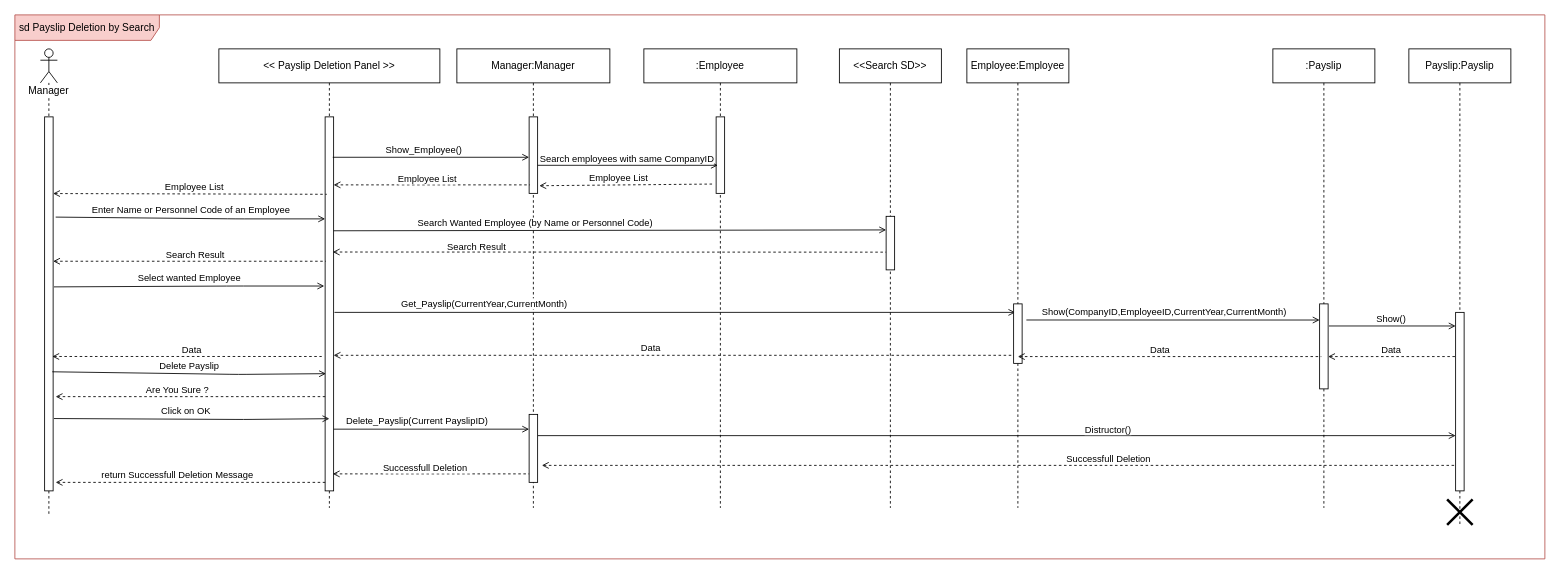
MelvinMo/CarBaMa_Automotive-Sale-Application keeps this draw.io diagram as page "AdDeletion-SD" (7 of 22) of SequenceDiagram/Middleware_CarBaMaSequenceDiagram.drawio. Above is the earlier version. Source tidied: cells renumbered, new cells numbered last; positions are measured from the earlier drawing's top-left corner, leaving out a move shared by most shapes. Both pictures are drawn from the tidied source at 85%, with x=0, y=0 at pixel (14, 14).
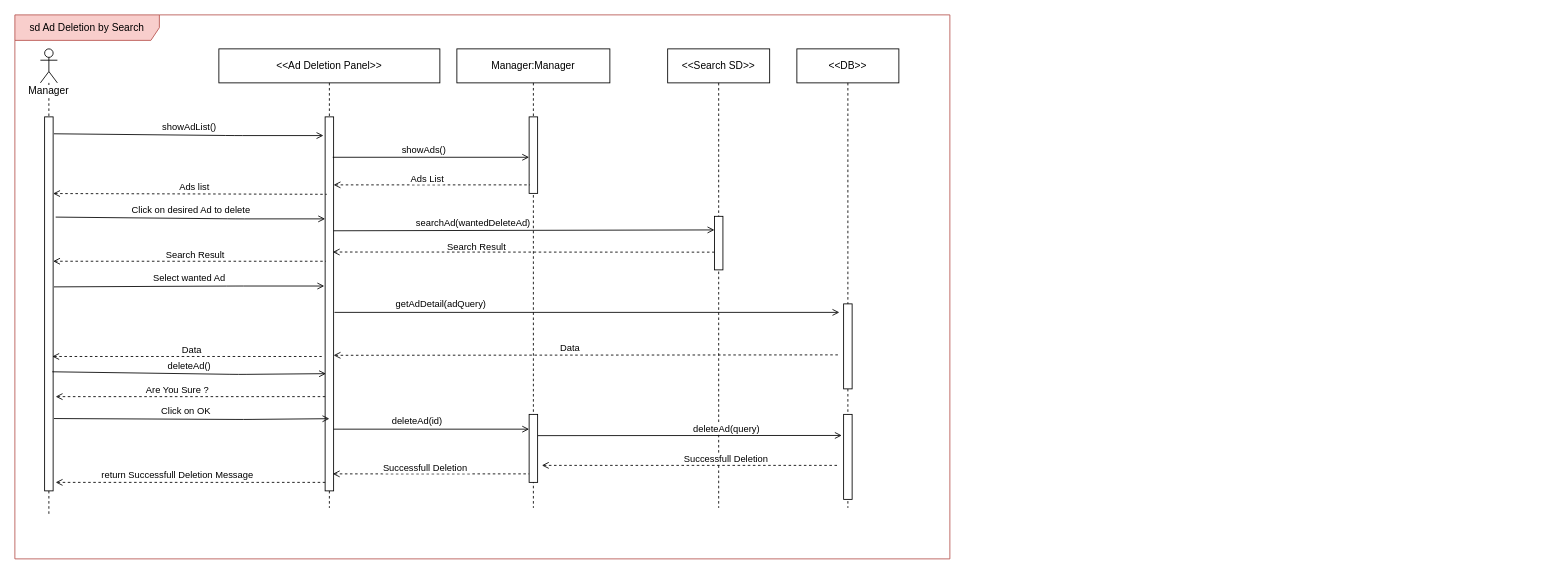
The same page after the edit.

Unchanged cells that the change refers to:
```xml
<mxCell id="4" style="html=1;points=[];perimeter=orthogonalPerimeter;" parent="3" vertex="1">
  <mxGeometry x="5" y="80" width="10" height="440" as="geometry" />
</mxCell>
<mxCell id="6" style="html=1;points=[];perimeter=orthogonalPerimeter;" parent="5" vertex="1">
  <mxGeometry x="125" y="80" width="10" height="440" as="geometry" />
</mxCell>
<mxCell id="9" style="html=1;points=[];perimeter=orthogonalPerimeter;" parent="8" vertex="1">
  <mxGeometry x="85" y="80" width="10" height="90" as="geometry" />
</mxCell>
<mxCell id="15" style="html=1;points=[];perimeter=orthogonalPerimeter;" parent="14" vertex="1">
  <mxGeometry x="55" y="197" width="10" height="63" as="geometry" />
</mxCell>
<mxCell id="16" style="endArrow=open;html=1;exitX=0.9;exitY=0.108;exitDx=0;exitDy=0;exitPerimeter=0;endFill=0;" parent="1" edge="1" source="6" target="9">
  <mxGeometry relative="1" as="geometry" />
</mxCell>
<mxCell id="18" style="endArrow=none;dashed=1;html=1;entryX=0.1;entryY=0.889;entryDx=0;entryDy=0;entryPerimeter=0;startArrow=open;startFill=0;" parent="1" edge="1" source="6" target="9">
  <mxGeometry relative="1" as="geometry" />
</mxCell>
<mxCell id="25" style="html=1;points=[];perimeter=orthogonalPerimeter;" parent="24" vertex="1">
  <mxGeometry x="55" y="300" width="10" height="100" as="geometry" />
</mxCell>
<mxCell id="33" style="endArrow=open;html=1;entryX=0;entryY=0.367;entryDx=0;entryDy=0;entryPerimeter=0;endFill=0;" parent="1" edge="1">
  <mxGeometry relative="1" as="geometry">
    <mxPoint x="375" y="487.4" as="sourcePoint" />
    <mxPoint x="605" y="487.4" as="targetPoint" />
  </mxGeometry>
</mxCell>
<mxCell id="42" style="html=1;points=[];perimeter=orthogonalPerimeter;" parent="1" vertex="1">
  <mxGeometry x="605" y="470" width="10" height="80" as="geometry" />
</mxCell>
<mxCell id="60" style="endArrow=none;dashed=1;html=1;entryX=0.2;entryY=0.207;entryDx=0;entryDy=0;entryPerimeter=0;startArrow=open;startFill=0;exitX=1;exitY=0.205;exitDx=0;exitDy=0;exitPerimeter=0;" parent="1" edge="1" source="4" target="6">
  <mxGeometry relative="1" as="geometry" />
</mxCell>
```

The edit, as a diff of the source:
```diff
@@
-    <mxCell id="2" value="sd Payslip Deletion by Search" style="shape=umlFrame;whiteSpace=wrap;html=1;width=170;height=30;fillColor=#f8cecc;strokeColor=#b85450;" parent="1" vertex="1">
-      <mxGeometry width="1800" height="640" as="geometry" />
+    <mxCell id="2" value="sd Ad Deletion by Search" style="shape=umlFrame;whiteSpace=wrap;html=1;width=170;height=30;fillColor=#f8cecc;strokeColor=#b85450;" parent="1" vertex="1">
+      <mxGeometry width="1100" height="640" as="geometry" />
     </mxCell>
@@
-    <mxCell id="5" value="&amp;lt;&amp;lt; Payslip Deletion Panel &amp;gt;&amp;gt;" style="shape=umlLifeline;perimeter=lifelinePerimeter;whiteSpace=wrap;html=1;" parent="1" vertex="1">
+    <mxCell id="5" value="&amp;lt;&amp;lt;Ad Deletion Panel&amp;gt;&amp;gt;" style="shape=umlLifeline;perimeter=lifelinePerimeter;whiteSpace=wrap;html=1;" parent="1" vertex="1">
       <mxGeometry x="240" y="40" width="260" height="540" as="geometry" />
     </mxCell>
@@
-    <mxCell id="7" value="Enter Name or Personnel Code of an Employee" style="html=1;verticalAlign=bottom;endArrow=open;endFill=0;exitX=1.3;exitY=0.268;exitDx=0;exitDy=0;exitPerimeter=0;" parent="1" edge="1" source="4" target="6">
+    <mxCell id="7" value="Click on desired Ad to delete" style="html=1;verticalAlign=bottom;endArrow=open;endFill=0;exitX=1.3;exitY=0.268;exitDx=0;exitDy=0;exitPerimeter=0;" parent="1" edge="1" source="4" target="6">
       <mxGeometry relative="1" as="geometry">
         <Array as="points">
           <mxPoint x="260" y="240" />
         </Array>
       </mxGeometry>
     </mxCell>
@@
-    <mxCell id="12" style="endArrow=open;html=1;entryX=0.2;entryY=0.143;entryDx=0;entryDy=0;entryPerimeter=0;endFill=0;" parent="1" edge="1" target="23">
+    <mxCell id="12" style="endArrow=open;html=1;endFill=0;" parent="1" edge="1">
       <mxGeometry relative="1" as="geometry">
         <mxPoint x="376" y="350" as="sourcePoint" />
+        <mxPoint x="970" y="350" as="targetPoint" />
       </mxGeometry>
     </mxCell>
-    <mxCell id="13" value="Get_Payslip(CurrentYear,CurrentMonth)" style="edgeLabel;html=1;align=center;verticalAlign=middle;" parent="12" vertex="1">
+    <mxCell id="13" value="getAdDetail(adQuery)" style="edgeLabel;html=1;align=center;verticalAlign=middle;" parent="12" vertex="1">
       <mxGeometry x="-0.5" y="2" relative="1" as="geometry">
         <mxPoint x="-25" y="-8.3" as="offset" />
       </mxGeometry>
     </mxCell>
     <mxCell id="14" value="&amp;lt;&amp;lt;Search SD&amp;gt;&amp;gt;" style="shape=umlLifeline;perimeter=lifelinePerimeter;whiteSpace=wrap;html=1;" parent="1" vertex="1">
-      <mxGeometry x="970" y="40" width="120" height="540" as="geometry" />
+      <mxGeometry x="768" y="40" width="120" height="540" as="geometry" />
     </mxCell>
@@
-    <mxCell id="17" value="Show_Employee()" style="edgeLabel;html=1;align=center;verticalAlign=middle;" parent="16" vertex="1">
+    <mxCell id="17" value="showAds()" style="edgeLabel;html=1;align=center;verticalAlign=middle;" parent="16" vertex="1">
       <mxGeometry x="0.26" y="1" relative="1" as="geometry">
         <mxPoint x="-40" y="-8" as="offset" />
       </mxGeometry>
     </mxCell>
@@
-    <mxCell id="19" value="Employee List" style="edgeLabel;html=1;align=center;verticalAlign=middle;" parent="18" vertex="1">
+    <mxCell id="19" value="Ads List" style="edgeLabel;html=1;align=center;verticalAlign=middle;" parent="18" vertex="1">
       <mxGeometry x="0.27" y="-1" relative="1" as="geometry">
         <mxPoint x="-38" y="-9" as="offset" />
       </mxGeometry>
     </mxCell>
-    <mxCell id="20" value="Search Wanted Employee (by Name or Personnel Code)" style="html=1;verticalAlign=bottom;endArrow=open;endFill=0;entryX=0;entryY=0.254;entryDx=0;entryDy=0;entryPerimeter=0;" parent="1" edge="1" target="15">
+    <mxCell id="20" value="searchAd(wantedDeleteAd)" style="html=1;verticalAlign=bottom;endArrow=open;endFill=0;entryX=0;entryY=0.254;entryDx=0;entryDy=0;entryPerimeter=0;" parent="1" edge="1" target="15">
       <mxGeometry x="-0.27" relative="1" as="geometry">
         <mxPoint x="375" y="254" as="sourcePoint" />
       </mxGeometry>
     </mxCell>
-    <mxCell id="21" value="Select wanted Employee" style="html=1;verticalAlign=bottom;endArrow=open;endFill=0;exitX=1.2;exitY=0.336;exitDx=0;exitDy=0;exitPerimeter=0;" parent="1" edge="1">
+    <mxCell id="21" value="Select wanted Ad" style="html=1;verticalAlign=bottom;endArrow=open;endFill=0;exitX=1.2;exitY=0.336;exitDx=0;exitDy=0;exitPerimeter=0;" parent="1" edge="1">
       <mxGeometry relative="1" as="geometry">
         <mxPoint x="46" y="320" as="sourcePoint" />
         <mxPoint x="364" y="319" as="targetPoint" />
         <Array as="points">
           <mxPoint x="259" y="319" />
         </Array>
       </mxGeometry>
     </mxCell>
-    <mxCell id="22" value="Employee:Employee" style="shape=umlLifeline;perimeter=lifelinePerimeter;whiteSpace=wrap;html=1;" parent="1" vertex="1">
-      <mxGeometry x="1120" y="40" width="120" height="540" as="geometry" />
-    </mxCell>
-    <mxCell id="23" style="html=1;points=[];perimeter=orthogonalPerimeter;" parent="22" vertex="1">
-      <mxGeometry x="55" y="300" width="10" height="70" as="geometry" />
-    </mxCell>
-    <mxCell id="24" value=":Payslip" style="shape=umlLifeline;perimeter=lifelinePerimeter;whiteSpace=wrap;html=1;" parent="1" vertex="1">
-      <mxGeometry x="1480" y="40" width="120" height="540" as="geometry" />
+    <mxCell id="24" value="&amp;lt;&amp;lt;DB&amp;gt;&amp;gt;" style="shape=umlLifeline;perimeter=lifelinePerimeter;whiteSpace=wrap;html=1;" parent="1" vertex="1">
+      <mxGeometry x="920" y="40" width="120" height="540" as="geometry" />
     </mxCell>
@@
-    <mxCell id="26" style="endArrow=open;html=1;endFill=0;entryX=0;entryY=0.19;entryDx=0;entryDy=0;entryPerimeter=0;exitX=1.5;exitY=0.271;exitDx=0;exitDy=0;exitPerimeter=0;" parent="1" edge="1" source="23" target="25">
-      <mxGeometry relative="1" as="geometry" />
-    </mxCell>
-    <mxCell id="27" value="Show(CompanyID,EmployeeID,CurrentYear,CurrentMonth)" style="edgeLabel;html=1;align=center;verticalAlign=middle;" parent="26" vertex="1">
-      <mxGeometry x="-0.17" y="-2" relative="1" as="geometry">
-        <mxPoint x="19" y="-11" as="offset" />
-      </mxGeometry>
-    </mxCell>
-    <mxCell id="28" style="endArrow=none;dashed=1;html=1;startArrow=open;startFill=0;entryX=0.2;entryY=0.59;entryDx=0;entryDy=0;entryPerimeter=0;" parent="1" edge="1">
-      <mxGeometry relative="1" as="geometry">
-        <mxPoint x="1180" y="402" as="sourcePoint" />
-        <mxPoint x="1537" y="402" as="targetPoint" />
-      </mxGeometry>
-    </mxCell>
-    <mxCell id="29" value="Data" style="edgeLabel;html=1;align=center;verticalAlign=middle;" parent="28" vertex="1">
-      <mxGeometry x="-0.07" y="-1" relative="1" as="geometry">
-        <mxPoint y="-10" as="offset" />
-      </mxGeometry>
-    </mxCell>
+    <mxCell id="66" style="html=1;points=[];perimeter=orthogonalPerimeter;" parent="24" vertex="1">
+      <mxGeometry x="55" y="430" width="10" height="100" as="geometry" />
+    </mxCell>
     <mxCell id="30" style="endArrow=none;dashed=1;html=1;startArrow=open;startFill=0;" parent="1" edge="1">
       <mxGeometry relative="1" as="geometry">
         <mxPoint x="375" y="400.5" as="sourcePoint" />
-        <mxPoint x="1175" y="400.5" as="targetPoint" />
+        <mxPoint x="970" y="400" as="targetPoint" />
       </mxGeometry>
     </mxCell>
@@
-    <mxCell id="32" value="Delete Payslip" style="html=1;verticalAlign=bottom;endArrow=open;endFill=0;exitX=0.9;exitY=0.797;exitDx=0;exitDy=0;exitPerimeter=0;entryX=0.1;entryY=0.803;entryDx=0;entryDy=0;entryPerimeter=0;" parent="1" edge="1">
+    <mxCell id="32" value="deleteAd()" style="html=1;verticalAlign=bottom;endArrow=open;endFill=0;exitX=0.9;exitY=0.797;exitDx=0;exitDy=0;exitPerimeter=0;entryX=0.1;entryY=0.803;entryDx=0;entryDy=0;entryPerimeter=0;" parent="1" edge="1">
       <mxGeometry relative="1" as="geometry">
         <mxPoint x="44" y="419.9" as="sourcePoint" />
         <mxPoint x="366" y="422.1" as="targetPoint" />
         <Array as="points">
           <mxPoint x="263" y="423" />
         </Array>
       </mxGeometry>
     </mxCell>
@@
-    <mxCell id="34" value="Delete_Payslip(Current PayslipID)" style="edgeLabel;html=1;align=center;verticalAlign=middle;" parent="33" vertex="1">
+    <mxCell id="34" value="deleteAd(id)" style="edgeLabel;html=1;align=center;verticalAlign=middle;" parent="33" vertex="1">
       <mxGeometry x="-0.16" y="2" relative="1" as="geometry">
         <mxPoint y="-8" as="offset" />
       </mxGeometry>
     </mxCell>
-    <mxCell id="35" style="endArrow=open;html=1;exitX=1;exitY=0.525;exitDx=0;exitDy=0;exitPerimeter=0;endFill=0;" parent="1" edge="1" target="39">
+    <mxCell id="35" style="endArrow=open;html=1;exitX=1;exitY=0.525;exitDx=0;exitDy=0;exitPerimeter=0;endFill=0;entryX=-0.22;entryY=0.248;entryDx=0;entryDy=0;entryPerimeter=0;" parent="1" edge="1" target="66">
       <mxGeometry relative="1" as="geometry">
         <mxPoint x="615" y="495" as="sourcePoint" />
       </mxGeometry>
     </mxCell>
-    <mxCell id="36" value="Distructor()" style="edgeLabel;html=1;align=center;verticalAlign=middle;" parent="35" vertex="1">
+    <mxCell id="36" value="deleteAd(query)" style="edgeLabel;html=1;align=center;verticalAlign=middle;" parent="35" vertex="1">
       <mxGeometry x="0.24" relative="1" as="geometry">
         <mxPoint y="-8" as="offset" />
       </mxGeometry>
     </mxCell>
-    <mxCell id="37" value="Payslip:Payslip" style="shape=umlLifeline;perimeter=lifelinePerimeter;whiteSpace=wrap;html=1;" parent="1" vertex="1">
-      <mxGeometry x="1640" y="40" width="120" height="560" as="geometry" />
-    </mxCell>
-    <mxCell id="38" style="shape=umlDestroy;whiteSpace=wrap;html=1;strokeWidth=3;" parent="37" vertex="1">
-      <mxGeometry x="45" y="530" width="30" height="30" as="geometry" />
-    </mxCell>
-    <mxCell id="39" style="html=1;points=[];perimeter=orthogonalPerimeter;" parent="37" vertex="1">
-      <mxGeometry x="55" y="310" width="10" height="210" as="geometry" />
-    </mxCell>
-    <mxCell id="40" style="endArrow=none;html=1;exitX=1.5;exitY=0.75;exitDx=0;exitDy=0;exitPerimeter=0;endFill=0;dashed=1;startArrow=open;startFill=0;" parent="1" edge="1" source="42" target="39">
-      <mxGeometry relative="1" as="geometry" />
+    <mxCell id="40" style="endArrow=none;html=1;exitX=1.5;exitY=0.75;exitDx=0;exitDy=0;exitPerimeter=0;endFill=0;dashed=1;startArrow=open;startFill=0;" parent="1" edge="1" source="42">
+      <mxGeometry relative="1" as="geometry">
+        <mxPoint x="970" y="530" as="targetPoint" />
+      </mxGeometry>
     </mxCell>
@@
-    <mxCell id="50" style="endArrow=open;html=1;exitX=1.1;exitY=0.26;exitDx=0;exitDy=0;exitPerimeter=0;endFill=0;" parent="1" edge="1" source="25" target="39">
-      <mxGeometry relative="1" as="geometry" />
-    </mxCell>
-    <mxCell id="51" value="Show()" style="edgeLabel;html=1;align=center;verticalAlign=middle;" parent="50" vertex="1">
-      <mxGeometry x="0.26" y="-1" relative="1" as="geometry">
-        <mxPoint x="-22" y="-10" as="offset" />
-      </mxGeometry>
-    </mxCell>
-    <mxCell id="52" style="endArrow=none;html=1;exitX=1;exitY=0.62;exitDx=0;exitDy=0;exitPerimeter=0;endFill=0;startArrow=open;startFill=0;dashed=1;" parent="1" edge="1" source="25" target="39">
-      <mxGeometry relative="1" as="geometry" />
-    </mxCell>
-    <mxCell id="53" value="Data" style="edgeLabel;html=1;align=center;verticalAlign=middle;" parent="52" vertex="1">
-      <mxGeometry x="0.26" y="-1" relative="1" as="geometry">
-        <mxPoint x="-22" y="-10" as="offset" />
-      </mxGeometry>
-    </mxCell>
-    <mxCell id="54" value=":Employee" style="shape=umlLifeline;perimeter=lifelinePerimeter;whiteSpace=wrap;html=1;" parent="1" vertex="1">
-      <mxGeometry x="740" y="40" width="180" height="540" as="geometry" />
-    </mxCell>
-    <mxCell id="55" style="html=1;points=[];perimeter=orthogonalPerimeter;" parent="54" vertex="1">
-      <mxGeometry x="85" y="80" width="10" height="90" as="geometry" />
-    </mxCell>
-    <mxCell id="56" style="endArrow=open;html=1;endFill=0;entryX=0.2;entryY=0.633;entryDx=0;entryDy=0;entryPerimeter=0;" parent="1" edge="1" source="9" target="55">
-      <mxGeometry relative="1" as="geometry" />
-    </mxCell>
-    <mxCell id="57" value="Search employees with same CompanyID" style="edgeLabel;html=1;align=center;verticalAlign=middle;" parent="56" vertex="1">
-      <mxGeometry x="0.26" y="1" relative="1" as="geometry">
-        <mxPoint x="-30" y="-7" as="offset" />
-      </mxGeometry>
-    </mxCell>
-    <mxCell id="58" style="endArrow=none;dashed=1;html=1;entryX=-0.3;entryY=0.878;entryDx=0;entryDy=0;entryPerimeter=0;startArrow=open;startFill=0;exitX=1.2;exitY=0.9;exitDx=0;exitDy=0;exitPerimeter=0;" parent="1" edge="1" source="9" target="55">
-      <mxGeometry relative="1" as="geometry" />
-    </mxCell>
-    <mxCell id="59" value="Employee List" style="edgeLabel;html=1;align=center;verticalAlign=middle;" parent="58" vertex="1">
-      <mxGeometry x="0.27" y="-1" relative="1" as="geometry">
-        <mxPoint x="-38" y="-9" as="offset" />
-      </mxGeometry>
-    </mxCell>
@@
-    <mxCell id="61" value="Employee List" style="edgeLabel;html=1;align=center;verticalAlign=middle;" parent="60" vertex="1">
+    <mxCell id="61" value="Ads list" style="edgeLabel;html=1;align=center;verticalAlign=middle;" parent="60" vertex="1">
       <mxGeometry x="0.27" y="-1" relative="1" as="geometry">
         <mxPoint x="-38" y="-9" as="offset" />
       </mxGeometry>
     </mxCell>
@@
+    <mxCell id="67" value="showAdList()" style="html=1;verticalAlign=bottom;endArrow=open;endFill=0;exitX=1.3;exitY=0.268;exitDx=0;exitDy=0;exitPerimeter=0;" parent="1" edge="1">
+      <mxGeometry relative="1" as="geometry">
+        <mxPoint x="46" y="139.9" as="sourcePoint" />
+        <mxPoint x="363" y="142" as="targetPoint" />
+        <Array as="points">
+          <mxPoint x="258" y="142" />
+        </Array>
+      </mxGeometry>
+    </mxCell>
```
